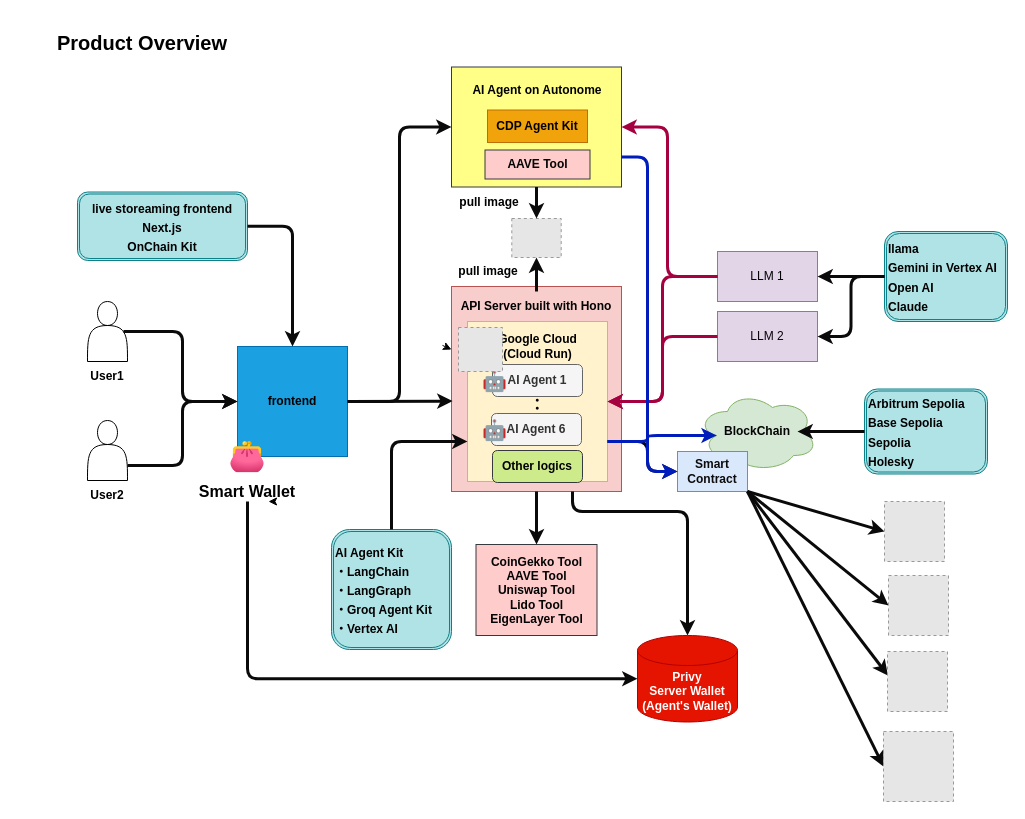
Above: page "Page-1" (1 of 2) of docs/architecture.drawio in mashharuki/AgenticEthereum2025 (draw.io), before the change. Source tidied: cells renumbered, new cells numbered last; positions are measured from the earlier drawing's top-left corner, leaving out a move shared by most shapes. Both pictures are drawn from the tidied source at 100%, with x=0, y=0 at pixel (17, 17). Pictures stored in the file or linked from it are replaced by grey dashed boxes.
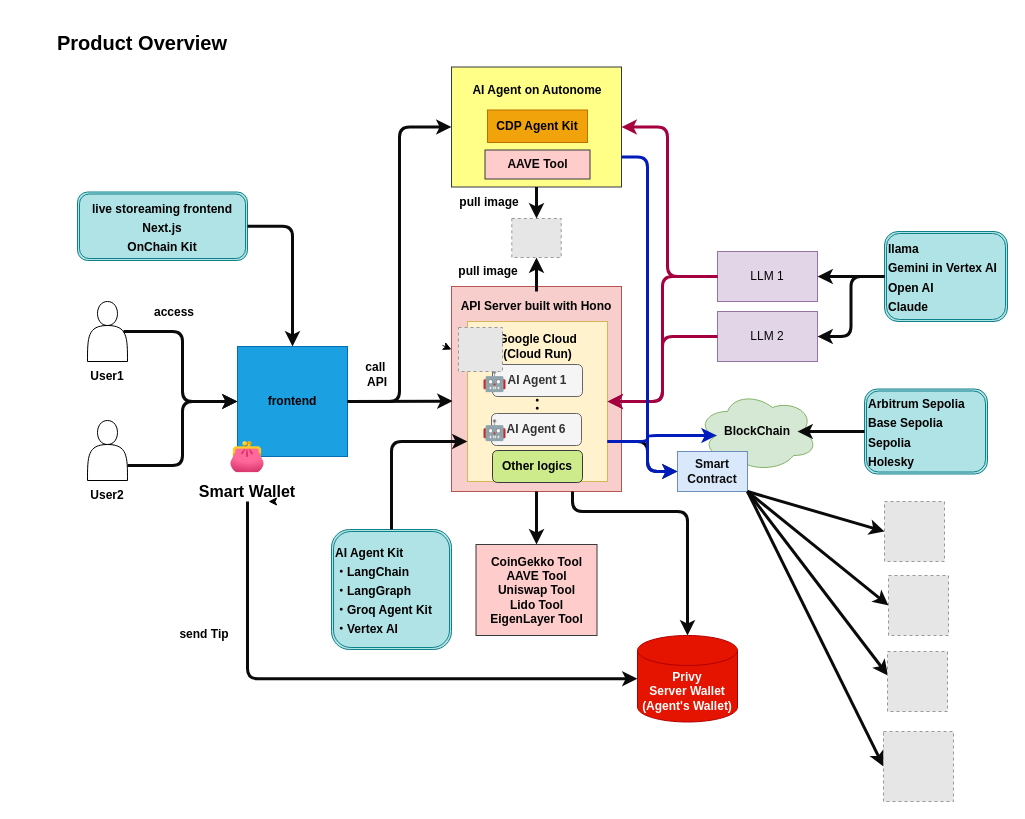
The same diagram, later.

Commit message (it also covers changes not shown here):
docs: update architecture diagram with new elements and labels

Diff of the diagram source:
```diff
@@
+    <mxCell id="69" value="&lt;font color=&quot;#000000&quot;&gt;&lt;b&gt;send Tip&lt;/b&gt;&lt;/font&gt;" style="text;html=1;strokeColor=none;fillColor=none;align=center;verticalAlign=middle;whiteSpace=wrap;rounded=0;" parent="1" vertex="1">
+      <mxGeometry x="154" y="602" width="66" height="30" as="geometry" />
+    </mxCell>
+    <mxCell id="70" value="&lt;font color=&quot;#000000&quot;&gt;&lt;b&gt;call&amp;nbsp;&lt;br&gt;API&lt;br&gt;&lt;/b&gt;&lt;/font&gt;" style="text;html=1;strokeColor=none;fillColor=none;align=center;verticalAlign=middle;whiteSpace=wrap;rounded=0;" parent="1" vertex="1">
+      <mxGeometry x="340" y="341.5" width="40" height="30" as="geometry" />
+    </mxCell>
+    <mxCell id="71" value="&lt;font color=&quot;#000000&quot;&gt;&lt;b&gt;access&lt;/b&gt;&lt;/font&gt;" style="text;html=1;strokeColor=none;fillColor=none;align=center;verticalAlign=middle;whiteSpace=wrap;rounded=0;" parent="1" vertex="1">
+      <mxGeometry x="124" y="280" width="66" height="30" as="geometry" />
+    </mxCell>
```
